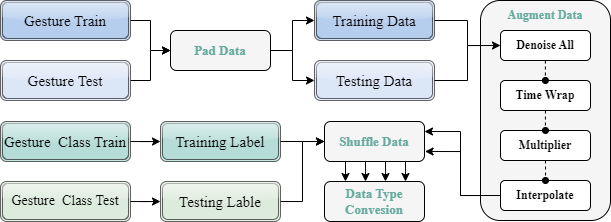
The draw.io diagram Report/plot/illustration.drawio.png in MerakosWang/SHREC-2021-Gesture, before a commit. Source tidied: cells renumbered, new cells last; positions are measured from the earlier drawing's top-left corner, leaving out a move shared by most shapes. The source it was exported from:
```xml
<mxGraphModel>
  <root>
    <mxCell id="0" />
    <mxCell id="1" parent="0" />
    <mxCell id="2" style="edgeStyle=orthogonalEdgeStyle;rounded=0;jettySize=auto;html=1;entryX=0;entryY=0.5;entryDx=0;entryDy=0;" parent="1" edge="1" source="3" target="23">
      <mxGeometry relative="1" as="geometry" />
    </mxCell>
    <mxCell id="3" value="Training Data" style="shape=ext;double=1;rounded=1;whiteSpace=wrap;html=1;fillColor=#A9C4EB;glass=1;fontFamily=Times New Roman;fontSize=15;opacity=60;" parent="1" vertex="1">
      <mxGeometry x="314" width="120" height="40" as="geometry" />
    </mxCell>
    <mxCell id="4" style="edgeStyle=orthogonalEdgeStyle;rounded=0;jettySize=auto;html=1;entryX=0;entryY=0.5;entryDx=0;entryDy=0;" parent="1" edge="1" source="5" target="28">
      <mxGeometry relative="1" as="geometry" />
    </mxCell>
    <mxCell id="5" value="Training Label" style="shape=ext;double=1;rounded=1;whiteSpace=wrap;html=1;strokeColor=default;strokeWidth=1;fillColor=#a6d6ce;fontFamily=Times New Roman;fontSize=15;opacity=60;glass=1;" parent="1" vertex="1">
      <mxGeometry x="160" y="121" width="120" height="40" as="geometry" />
    </mxCell>
    <mxCell id="6" value="Testing Data" style="shape=ext;double=1;rounded=1;whiteSpace=wrap;html=1;fillColor=#D4E1F5;glass=1;shadow=0;fontFamily=Times New Roman;fontSize=15;opacity=60;" parent="1" vertex="1">
      <mxGeometry x="314" y="60" width="120" height="40" as="geometry" />
    </mxCell>
    <mxCell id="7" style="edgeStyle=orthogonalEdgeStyle;rounded=0;jettySize=auto;html=1;entryX=0;entryY=0.5;entryDx=0;entryDy=0;" parent="1" edge="1" source="8" target="28">
      <mxGeometry relative="1" as="geometry" />
    </mxCell>
    <mxCell id="8" value="Testing Lable" style="shape=ext;double=1;rounded=1;whiteSpace=wrap;html=1;fontSize=15;fontFamily=Times New Roman;fillColor=#D5E8D4;opacity=60;glass=1;" parent="1" vertex="1">
      <mxGeometry x="160" y="181" width="120" height="40" as="geometry" />
    </mxCell>
    <mxCell id="9" style="edgeStyle=orthogonalEdgeStyle;rounded=0;jettySize=auto;html=1;entryX=0;entryY=0.5;entryDx=0;entryDy=0;" parent="1" edge="1" source="10" target="3">
      <mxGeometry relative="1" as="geometry" />
    </mxCell>
    <mxCell id="10" value="Pad Data" style="rounded=1;whiteSpace=wrap;html=1;fontStyle=1;fontSize=13;fontFamily=Times New Roman;gradientColor=none;fontColor=#67AB9F;glass=0;fillColor=#F5F5F5;strokeColor=default;" parent="1" vertex="1">
      <mxGeometry x="170" y="30" width="100" height="40" as="geometry" />
    </mxCell>
    <mxCell id="11" style="edgeStyle=orthogonalEdgeStyle;rounded=0;jettySize=auto;html=1;entryX=0;entryY=0.5;entryDx=0;entryDy=0;" parent="1" edge="1" source="12" target="10">
      <mxGeometry relative="1" as="geometry" />
    </mxCell>
    <mxCell id="12" value="Gesture Train" style="shape=ext;double=1;rounded=1;whiteSpace=wrap;fontFamily=Times New Roman;fontSize=15;labelBackgroundColor=none;fillColor=#A9C4EB;fontColor=#000000;opacity=60;glass=1;" parent="1" vertex="1">
      <mxGeometry width="130" height="40" as="geometry" />
    </mxCell>
    <mxCell id="13" style="edgeStyle=orthogonalEdgeStyle;rounded=0;jettySize=auto;html=1;entryX=0;entryY=0.5;entryDx=0;entryDy=0;" parent="1" edge="1" source="14" target="10">
      <mxGeometry relative="1" as="geometry" />
    </mxCell>
    <mxCell id="14" value="Gesture Test" style="shape=ext;double=1;rounded=1;whiteSpace=wrap;html=1;fontFamily=Times New Roman;fontSize=15;fillColor=#D4E1F5;opacity=60;glass=1;" parent="1" vertex="1">
      <mxGeometry y="60" width="130" height="40" as="geometry" />
    </mxCell>
    <mxCell id="15" style="edgeStyle=orthogonalEdgeStyle;rounded=0;jettySize=auto;html=1;entryX=0;entryY=0.5;entryDx=0;entryDy=0;" parent="1" edge="1" source="16" target="5">
      <mxGeometry relative="1" as="geometry" />
    </mxCell>
    <mxCell id="16" value="Gesture&amp;nbsp; Class Train" style="shape=ext;double=1;rounded=1;whiteSpace=wrap;html=1;fillColor=#a6d6ce;fontFamily=Times New Roman;fontSize=15;opacity=60;glass=1;" parent="1" vertex="1">
      <mxGeometry y="121" width="130" height="40" as="geometry" />
    </mxCell>
    <mxCell id="17" style="edgeStyle=orthogonalEdgeStyle;rounded=0;jettySize=auto;html=1;entryX=0;entryY=0.5;entryDx=0;entryDy=0;" parent="1" edge="1" source="18" target="8">
      <mxGeometry relative="1" as="geometry" />
    </mxCell>
    <mxCell id="18" value="Gesture&amp;nbsp; Class Test" style="shape=ext;double=1;rounded=1;whiteSpace=wrap;html=1;fillColor=#D5E8D4;fontFamily=Times New Roman;fontSize=14;opacity=60;glass=1;" parent="1" vertex="1">
      <mxGeometry y="181" width="130" height="40" as="geometry" />
    </mxCell>
    <mxCell id="19" style="endArrow=classic;html=1;rounded=0;exitX=1;exitY=0.5;exitDx=0;exitDy=0;entryX=0;entryY=0.5;entryDx=0;entryDy=0;edgeStyle=orthogonalEdgeStyle;" parent="1" edge="1" source="10" target="6">
      <mxGeometry relative="1" as="geometry" />
    </mxCell>
    <mxCell id="20" style="edgeStyle=orthogonalEdgeStyle;rounded=0;jettySize=auto;html=1;exitX=0;exitY=0.5;exitDx=0;exitDy=0;entryX=1;entryY=0.5;entryDx=0;entryDy=0;" parent="1" edge="1" source="26">
      <mxGeometry relative="1" as="geometry">
        <mxPoint x="424" y="131" as="targetPoint" />
        <Array as="points">
          <mxPoint x="460" y="195" />
          <mxPoint x="460" y="131" />
        </Array>
      </mxGeometry>
    </mxCell>
    <mxCell id="21" style="rounded=1;whiteSpace=wrap;html=1;fillColor=#F5F5F5;" parent="1" vertex="1">
      <mxGeometry x="480" width="130" height="220" as="geometry" />
    </mxCell>
    <mxCell id="22" value="Augment Data" style="text;html=1;align=center;verticalAlign=middle;whiteSpace=wrap;rounded=0;fontStyle=1;fontFamily=Times New Roman;fontColor=#67AB9F;" parent="1" vertex="1">
      <mxGeometry x="480" width="130" height="30" as="geometry" />
    </mxCell>
    <mxCell id="23" value="Denoise All" style="rounded=1;whiteSpace=wrap;html=1;fontFamily=Times New Roman;fontStyle=1;" parent="1" vertex="1">
      <mxGeometry x="500" y="30" width="90" height="30" as="geometry" />
    </mxCell>
    <mxCell id="24" value="Time Wrap" style="rounded=1;whiteSpace=wrap;html=1;fontFamily=Times New Roman;fontStyle=1;" parent="1" vertex="1">
      <mxGeometry x="500" y="80" width="90" height="30" as="geometry" />
    </mxCell>
    <mxCell id="25" value="Multiplier" style="rounded=1;whiteSpace=wrap;html=1;fontFamily=Times New Roman;fontStyle=1;" parent="1" vertex="1">
      <mxGeometry x="500" y="130" width="90" height="30" as="geometry" />
    </mxCell>
    <mxCell id="26" value="Interpolate" style="rounded=1;whiteSpace=wrap;html=1;fontFamily=Times New Roman;fontStyle=1;" parent="1" vertex="1">
      <mxGeometry x="500" y="180" width="90" height="30" as="geometry" />
    </mxCell>
    <mxCell id="27" style="edgeStyle=orthogonalEdgeStyle;rounded=0;orthogonalLoop=1;jettySize=auto;html=1;entryX=0.5;entryY=0;entryDx=0;entryDy=0;" parent="1" edge="1">
      <mxGeometry relative="1" as="geometry">
        <mxPoint x="345" y="161" as="sourcePoint" />
        <mxPoint x="345" y="181" as="targetPoint" />
      </mxGeometry>
    </mxCell>
    <mxCell id="28" value="Shuffle Data" style="rounded=1;whiteSpace=wrap;html=1;fontStyle=1;fontSize=13;fontFamily=Times New Roman;fontColor=#67AB9F;fillColor=#F5F5F5;" parent="1" vertex="1">
      <mxGeometry x="324" y="121" width="100" height="40" as="geometry" />
    </mxCell>
    <mxCell id="29" value="Data Type Convesion" style="rounded=1;whiteSpace=wrap;html=1;fontStyle=1;fontSize=13;fontFamily=Times New Roman;fontColor=#67AB9F;fillColor=#F5F5F5;" parent="1" vertex="1">
      <mxGeometry x="324" y="181" width="100" height="40" as="geometry" />
    </mxCell>
    <mxCell id="30" style="edgeStyle=orthogonalEdgeStyle;rounded=0;jettySize=auto;html=1;entryX=0;entryY=0.5;entryDx=0;entryDy=0;" parent="1" edge="1" source="6" target="23">
      <mxGeometry relative="1" as="geometry" />
    </mxCell>
    <mxCell id="31" style="edgeStyle=orthogonalEdgeStyle;rounded=0;jettySize=auto;html=1;exitX=0;exitY=0.5;exitDx=0;exitDy=0;entryX=1;entryY=0.5;entryDx=0;entryDy=0;" parent="1" edge="1" source="26">
      <mxGeometry relative="1" as="geometry">
        <mxPoint x="424.5" y="151" as="targetPoint" />
        <Array as="points">
          <mxPoint x="460" y="195" />
          <mxPoint x="460" y="151" />
        </Array>
      </mxGeometry>
    </mxCell>
    <mxCell id="32" style="edgeStyle=orthogonalEdgeStyle;rounded=0;orthogonalLoop=1;jettySize=auto;html=1;entryX=0.5;entryY=0;entryDx=0;entryDy=0;" parent="1" edge="1">
      <mxGeometry relative="1" as="geometry">
        <mxPoint x="365" y="161" as="sourcePoint" />
        <mxPoint x="365" y="181" as="targetPoint" />
        <Array as="points">
          <mxPoint x="365" y="171" />
          <mxPoint x="365" y="171" />
        </Array>
      </mxGeometry>
    </mxCell>
    <mxCell id="33" style="edgeStyle=orthogonalEdgeStyle;rounded=0;orthogonalLoop=1;jettySize=auto;html=1;entryX=0.5;entryY=0;entryDx=0;entryDy=0;" parent="1" edge="1">
      <mxGeometry relative="1" as="geometry">
        <mxPoint x="405" y="161" as="sourcePoint" />
        <mxPoint x="405" y="181" as="targetPoint" />
        <Array as="points">
          <mxPoint x="405" y="171" />
          <mxPoint x="405" y="171" />
        </Array>
      </mxGeometry>
    </mxCell>
    <mxCell id="34" style="edgeStyle=orthogonalEdgeStyle;rounded=0;orthogonalLoop=1;jettySize=auto;html=1;entryX=0.5;entryY=0;entryDx=0;entryDy=0;" parent="1" edge="1">
      <mxGeometry relative="1" as="geometry">
        <mxPoint x="385" y="161" as="sourcePoint" />
        <mxPoint x="385" y="181" as="targetPoint" />
        <Array as="points">
          <mxPoint x="385" y="171" />
          <mxPoint x="385" y="171" />
        </Array>
      </mxGeometry>
    </mxCell>
    <mxCell id="35" style="edgeStyle=orthogonalEdgeStyle;rounded=0;orthogonalLoop=1;jettySize=auto;html=1;entryX=0.5;entryY=0;entryDx=0;entryDy=0;dashed=1;endArrow=oval;endFill=1;" parent="1" edge="1">
      <mxGeometry relative="1" as="geometry">
        <mxPoint x="544.9" y="60" as="sourcePoint" />
        <mxPoint x="544.9" y="80" as="targetPoint" />
        <Array as="points">
          <mxPoint x="544.9" y="70" />
          <mxPoint x="544.9" y="70" />
        </Array>
      </mxGeometry>
    </mxCell>
    <mxCell id="36" style="edgeStyle=orthogonalEdgeStyle;rounded=0;orthogonalLoop=1;jettySize=auto;html=1;entryX=0.5;entryY=0;entryDx=0;entryDy=0;dashed=1;endArrow=oval;endFill=1;" parent="1" edge="1">
      <mxGeometry relative="1" as="geometry">
        <mxPoint x="544.9" y="110" as="sourcePoint" />
        <mxPoint x="545" y="130" as="targetPoint" />
        <Array as="points">
          <mxPoint x="545" y="120" />
          <mxPoint x="545" y="120" />
        </Array>
      </mxGeometry>
    </mxCell>
    <mxCell id="37" style="edgeStyle=orthogonalEdgeStyle;rounded=0;orthogonalLoop=1;jettySize=auto;html=1;entryX=0.5;entryY=0;entryDx=0;entryDy=0;dashed=1;endArrow=oval;endFill=1;" parent="1" edge="1">
      <mxGeometry relative="1" as="geometry">
        <mxPoint x="545" y="160" as="sourcePoint" />
        <mxPoint x="545" y="180" as="targetPoint" />
        <Array as="points">
          <mxPoint x="545" y="170" />
          <mxPoint x="545" y="170" />
        </Array>
      </mxGeometry>
    </mxCell>
  </root>
</mxGraphModel>
```
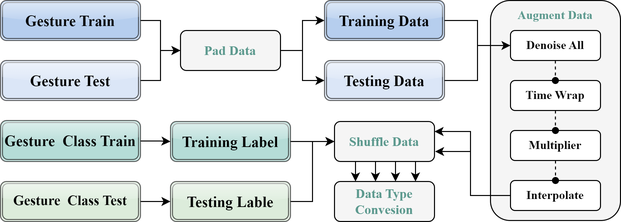
Later version of the same file.

The edit, as a diff of the source:
```diff
@@ -5,53 +5,53 @@
     <mxCell id="2" style="edgeStyle=orthogonalEdgeStyle;rounded=0;jettySize=auto;html=1;entryX=0;entryY=0.5;entryDx=0;entryDy=0;" parent="1" edge="1" source="3" target="23">
       <mxGeometry relative="1" as="geometry" />
     </mxCell>
-    <mxCell id="3" value="Training Data" style="shape=ext;double=1;rounded=1;whiteSpace=wrap;html=1;fillColor=#A9C4EB;glass=1;fontFamily=Times New Roman;fontSize=15;opacity=60;" parent="1" vertex="1">
+    <mxCell id="3" value="Training Data" style="shape=ext;double=1;rounded=1;whiteSpace=wrap;html=1;fillColor=#A9C4EB;glass=1;fontFamily=Times New Roman;fontSize=15;opacity=60;fontStyle=1;" parent="1" vertex="1">
       <mxGeometry x="314" width="120" height="40" as="geometry" />
     </mxCell>
     <mxCell id="4" style="edgeStyle=orthogonalEdgeStyle;rounded=0;jettySize=auto;html=1;entryX=0;entryY=0.5;entryDx=0;entryDy=0;" parent="1" edge="1" source="5" target="28">
       <mxGeometry relative="1" as="geometry" />
     </mxCell>
-    <mxCell id="5" value="Training Label" style="shape=ext;double=1;rounded=1;whiteSpace=wrap;html=1;strokeColor=default;strokeWidth=1;fillColor=#a6d6ce;fontFamily=Times New Roman;fontSize=15;opacity=60;glass=1;" parent="1" vertex="1">
+    <mxCell id="5" value="Training Label" style="shape=ext;double=1;rounded=1;whiteSpace=wrap;html=1;strokeColor=default;strokeWidth=1;fillColor=#a6d6ce;fontFamily=Times New Roman;fontSize=15;opacity=60;glass=1;fontStyle=1;" parent="1" vertex="1">
       <mxGeometry x="160" y="121" width="120" height="40" as="geometry" />
     </mxCell>
-    <mxCell id="6" value="Testing Data" style="shape=ext;double=1;rounded=1;whiteSpace=wrap;html=1;fillColor=#D4E1F5;glass=1;shadow=0;fontFamily=Times New Roman;fontSize=15;opacity=60;" parent="1" vertex="1">
+    <mxCell id="6" value="Testing Data" style="shape=ext;double=1;rounded=1;whiteSpace=wrap;html=1;fillColor=#D4E1F5;glass=1;shadow=0;fontFamily=Times New Roman;fontSize=15;opacity=60;fontStyle=1;" parent="1" vertex="1">
       <mxGeometry x="314" y="60" width="120" height="40" as="geometry" />
     </mxCell>
     <mxCell id="7" style="edgeStyle=orthogonalEdgeStyle;rounded=0;jettySize=auto;html=1;entryX=0;entryY=0.5;entryDx=0;entryDy=0;" parent="1" edge="1" source="8" target="28">
       <mxGeometry relative="1" as="geometry" />
     </mxCell>
-    <mxCell id="8" value="Testing Lable" style="shape=ext;double=1;rounded=1;whiteSpace=wrap;html=1;fontSize=15;fontFamily=Times New Roman;fillColor=#D5E8D4;opacity=60;glass=1;" parent="1" vertex="1">
+    <mxCell id="8" value="Testing Lable" style="shape=ext;double=1;rounded=1;whiteSpace=wrap;html=1;fontSize=15;fontFamily=Times New Roman;fillColor=#D5E8D4;opacity=60;glass=1;fontStyle=1;" parent="1" vertex="1">
       <mxGeometry x="160" y="181" width="120" height="40" as="geometry" />
     </mxCell>
     <mxCell id="9" style="edgeStyle=orthogonalEdgeStyle;rounded=0;jettySize=auto;html=1;entryX=0;entryY=0.5;entryDx=0;entryDy=0;" parent="1" edge="1" source="10" target="3">
       <mxGeometry relative="1" as="geometry" />
     </mxCell>
-    <mxCell id="10" value="Pad Data" style="rounded=1;whiteSpace=wrap;html=1;fontStyle=1;fontSize=13;fontFamily=Times New Roman;gradientColor=none;fontColor=#67AB9F;glass=0;fillColor=#F5F5F5;strokeColor=default;" parent="1" vertex="1">
+    <mxCell id="10" value="Pad Data" style="rounded=1;whiteSpace=wrap;html=1;fontStyle=1;fontSize=13;fontFamily=Times New Roman;gradientColor=none;fontColor=#5C998E;glass=0;fillColor=#F5F5F5;strokeColor=default;" parent="1" vertex="1">
       <mxGeometry x="170" y="30" width="100" height="40" as="geometry" />
     </mxCell>
     <mxCell id="11" style="edgeStyle=orthogonalEdgeStyle;rounded=0;jettySize=auto;html=1;entryX=0;entryY=0.5;entryDx=0;entryDy=0;" parent="1" edge="1" source="12" target="10">
       <mxGeometry relative="1" as="geometry" />
     </mxCell>
-    <mxCell id="12" value="Gesture Train" style="shape=ext;double=1;rounded=1;whiteSpace=wrap;fontFamily=Times New Roman;fontSize=15;labelBackgroundColor=none;fillColor=#A9C4EB;fontColor=#000000;opacity=60;glass=1;" parent="1" vertex="1">
-      <mxGeometry width="130" height="40" as="geometry" />
+    <mxCell id="12" value="Gesture Train" style="shape=ext;double=1;rounded=1;whiteSpace=wrap;fontFamily=Times New Roman;fontSize=15;labelBackgroundColor=none;fillColor=#A9C4EB;fontColor=#000000;opacity=60;glass=1;fontStyle=1;" parent="1" vertex="1">
+      <mxGeometry x="-10" width="140" height="40" as="geometry" />
     </mxCell>
     <mxCell id="13" style="edgeStyle=orthogonalEdgeStyle;rounded=0;jettySize=auto;html=1;entryX=0;entryY=0.5;entryDx=0;entryDy=0;" parent="1" edge="1" source="14" target="10">
       <mxGeometry relative="1" as="geometry" />
     </mxCell>
-    <mxCell id="14" value="Gesture Test" style="shape=ext;double=1;rounded=1;whiteSpace=wrap;html=1;fontFamily=Times New Roman;fontSize=15;fillColor=#D4E1F5;opacity=60;glass=1;" parent="1" vertex="1">
-      <mxGeometry y="60" width="130" height="40" as="geometry" />
+    <mxCell id="14" value="Gesture Test" style="shape=ext;double=1;rounded=1;whiteSpace=wrap;html=1;fontFamily=Times New Roman;fontSize=15;fillColor=#D4E1F5;opacity=60;glass=1;fontStyle=1;" parent="1" vertex="1">
+      <mxGeometry x="-10" y="60" width="140" height="40" as="geometry" />
     </mxCell>
     <mxCell id="15" style="edgeStyle=orthogonalEdgeStyle;rounded=0;jettySize=auto;html=1;entryX=0;entryY=0.5;entryDx=0;entryDy=0;" parent="1" edge="1" source="16" target="5">
       <mxGeometry relative="1" as="geometry" />
     </mxCell>
-    <mxCell id="16" value="Gesture&amp;nbsp; Class Train" style="shape=ext;double=1;rounded=1;whiteSpace=wrap;html=1;fillColor=#a6d6ce;fontFamily=Times New Roman;fontSize=15;opacity=60;glass=1;" parent="1" vertex="1">
-      <mxGeometry y="121" width="130" height="40" as="geometry" />
+    <mxCell id="16" value="Gesture&amp;nbsp; Class Train" style="shape=ext;double=1;rounded=1;whiteSpace=wrap;html=1;fillColor=#a6d6ce;fontFamily=Times New Roman;fontSize=15;opacity=60;glass=1;fontStyle=1;" parent="1" vertex="1">
+      <mxGeometry x="-10" y="120" width="140" height="41" as="geometry" />
     </mxCell>
     <mxCell id="17" style="edgeStyle=orthogonalEdgeStyle;rounded=0;jettySize=auto;html=1;entryX=0;entryY=0.5;entryDx=0;entryDy=0;" parent="1" edge="1" source="18" target="8">
       <mxGeometry relative="1" as="geometry" />
     </mxCell>
-    <mxCell id="18" value="Gesture&amp;nbsp; Class Test" style="shape=ext;double=1;rounded=1;whiteSpace=wrap;html=1;fillColor=#D5E8D4;fontFamily=Times New Roman;fontSize=14;opacity=60;glass=1;" parent="1" vertex="1">
-      <mxGeometry y="181" width="130" height="40" as="geometry" />
+    <mxCell id="18" value="Gesture&amp;nbsp; Class Test" style="shape=ext;double=1;rounded=1;whiteSpace=wrap;html=1;fillColor=#D5E8D4;fontFamily=Times New Roman;fontSize=14;opacity=60;glass=1;fontStyle=1;" parent="1" vertex="1">
+      <mxGeometry x="-10" y="181" width="140" height="40" as="geometry" />
     </mxCell>
     <mxCell id="19" style="endArrow=classic;html=1;rounded=0;exitX=1;exitY=0.5;exitDx=0;exitDy=0;entryX=0;entryY=0.5;entryDx=0;entryDy=0;edgeStyle=orthogonalEdgeStyle;" parent="1" edge="1" source="10" target="6">
       <mxGeometry relative="1" as="geometry" />
@@ -68,7 +68,7 @@
     <mxCell id="21" style="rounded=1;whiteSpace=wrap;html=1;fillColor=#F5F5F5;" parent="1" vertex="1">
       <mxGeometry x="480" width="130" height="220" as="geometry" />
     </mxCell>
-    <mxCell id="22" value="Augment Data" style="text;html=1;align=center;verticalAlign=middle;whiteSpace=wrap;rounded=0;fontStyle=1;fontFamily=Times New Roman;fontColor=#67AB9F;" parent="1" vertex="1">
+    <mxCell id="22" value="Augment Data" style="text;html=1;align=center;verticalAlign=middle;whiteSpace=wrap;rounded=0;fontStyle=1;fontFamily=Times New Roman;fontColor=#5C998E;" parent="1" vertex="1">
       <mxGeometry x="480" width="130" height="30" as="geometry" />
     </mxCell>
     <mxCell id="23" value="Denoise All" style="rounded=1;whiteSpace=wrap;html=1;fontFamily=Times New Roman;fontStyle=1;" parent="1" vertex="1">
@@ -89,10 +89,10 @@
         <mxPoint x="345" y="181" as="targetPoint" />
       </mxGeometry>
     </mxCell>
-    <mxCell id="28" value="Shuffle Data" style="rounded=1;whiteSpace=wrap;html=1;fontStyle=1;fontSize=13;fontFamily=Times New Roman;fontColor=#67AB9F;fillColor=#F5F5F5;" parent="1" vertex="1">
+    <mxCell id="28" value="Shuffle Data" style="rounded=1;whiteSpace=wrap;html=1;fontStyle=1;fontSize=13;fontFamily=Times New Roman;fontColor=#5C998E;fillColor=#F5F5F5;" parent="1" vertex="1">
       <mxGeometry x="324" y="121" width="100" height="40" as="geometry" />
     </mxCell>
-    <mxCell id="29" value="Data Type Convesion" style="rounded=1;whiteSpace=wrap;html=1;fontStyle=1;fontSize=13;fontFamily=Times New Roman;fontColor=#67AB9F;fillColor=#F5F5F5;" parent="1" vertex="1">
+    <mxCell id="29" value="Data Type Convesion" style="rounded=1;whiteSpace=wrap;html=1;fontStyle=1;fontSize=13;fontFamily=Times New Roman;fontColor=#5C998E;fillColor=#F5F5F5;" parent="1" vertex="1">
       <mxGeometry x="324" y="181" width="100" height="40" as="geometry" />
     </mxCell>
     <mxCell id="30" style="edgeStyle=orthogonalEdgeStyle;rounded=0;jettySize=auto;html=1;entryX=0;entryY=0.5;entryDx=0;entryDy=0;" parent="1" edge="1" source="6" target="23">
```
